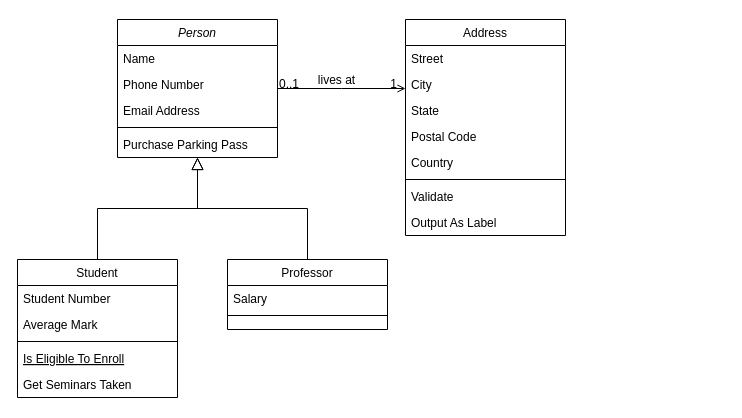
The draw.io diagram src/main/java/example/未命名绘图.drawio in shangjian/Mytest, before the edit. Source tidied: cells renumbered, new cells numbered last; positions are measured from the earlier drawing's top-left corner, leaving out a move shared by most shapes. Both pictures are drawn from the tidied source at 100%, with x=0, y=0 at pixel (17, 19).
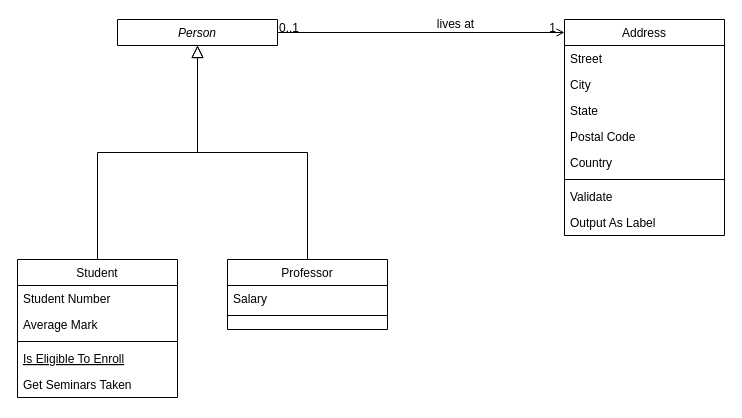
Above is the later version.

Commit message:
更新未命名绘图.drawio

Diff of the diagram source:
```diff
@@
-    <mxCell id="2" value="Person" style="swimlane;fontStyle=2;align=center;verticalAlign=top;horizontal=1;startSize=26;rounded=0;shadow=0;strokeWidth=1;" parent="1" vertex="1">
-      <mxGeometry x="100" width="160" height="138" as="geometry" />
+    <mxCell id="2" value="Person" style="swimlane;fontStyle=2;align=center;verticalAlign=top;horizontal=1;startSize=26;rounded=0;shadow=0;strokeWidth=1;" parent="1" vertex="1" collapsed="1">
+      <mxGeometry x="100" width="160" height="26" as="geometry" />
     </mxCell>
-    <mxCell id="3" value="Name" style="text;align=left;verticalAlign=top;spacingLeft=4;spacingRight=4;overflow=hidden;" parent="2" vertex="1">
-      <mxGeometry y="26" width="160" height="26" as="geometry" />
-    </mxCell>
-    <mxCell id="4" value="Phone Number" style="text;align=left;verticalAlign=top;spacingLeft=4;spacingRight=4;overflow=hidden;rounded=0;shadow=0;html=0;" parent="2" vertex="1">
-      <mxGeometry y="52" width="160" height="26" as="geometry" />
-    </mxCell>
-    <mxCell id="5" value="Email Address" style="text;align=left;verticalAlign=top;spacingLeft=4;spacingRight=4;overflow=hidden;rounded=0;shadow=0;html=0;" parent="2" vertex="1">
-      <mxGeometry y="78" width="160" height="26" as="geometry" />
-    </mxCell>
-    <mxCell id="6" style="line;html=1;strokeWidth=1;align=left;verticalAlign=middle;spacingTop=-1;spacingLeft=3;spacingRight=3;labelPosition=right;" parent="2" vertex="1">
-      <mxGeometry y="104" width="160" height="8" as="geometry" />
-    </mxCell>
-    <mxCell id="7" value="Purchase Parking Pass" style="text;align=left;verticalAlign=top;spacingLeft=4;spacingRight=4;overflow=hidden;" parent="2" vertex="1">
-      <mxGeometry y="112" width="160" height="26" as="geometry" />
-    </mxCell>
@@
     <mxCell id="19" value="Address" style="swimlane;fontStyle=0;align=center;verticalAlign=top;horizontal=1;startSize=26;rounded=0;shadow=0;strokeWidth=1;" parent="1" vertex="1">
-      <mxGeometry x="388" width="160" height="216" as="geometry" />
+      <mxGeometry x="547" width="160" height="216" as="geometry" />
     </mxCell>
```
